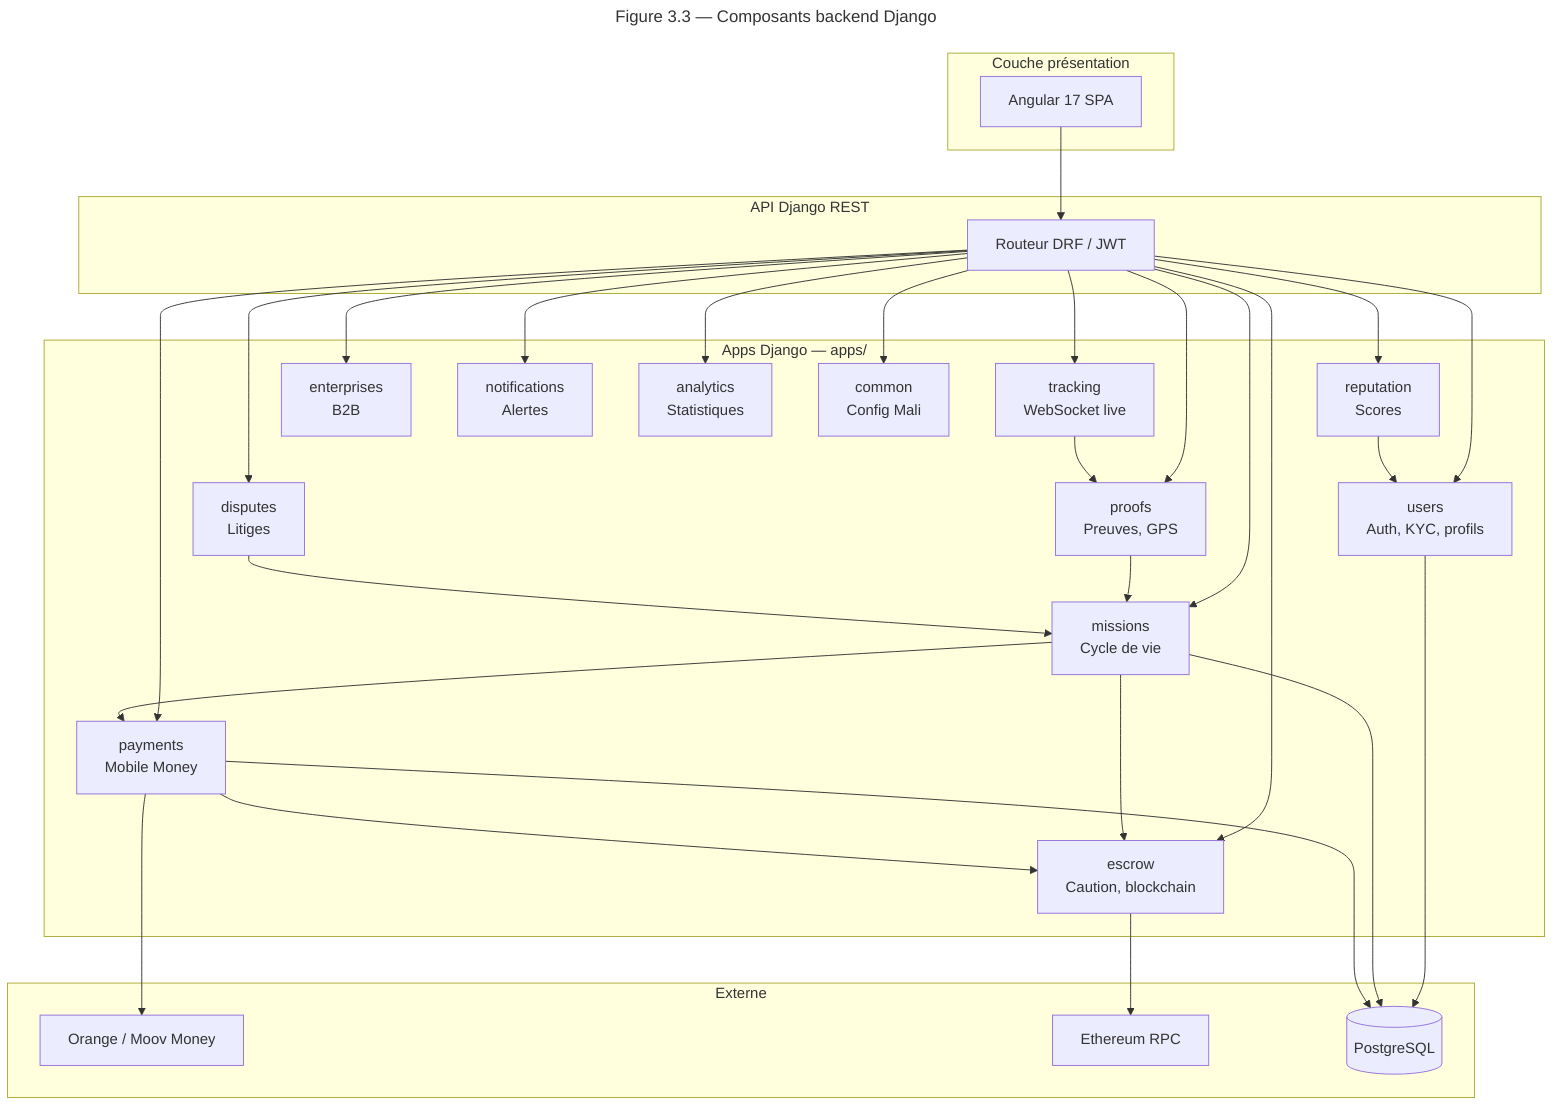
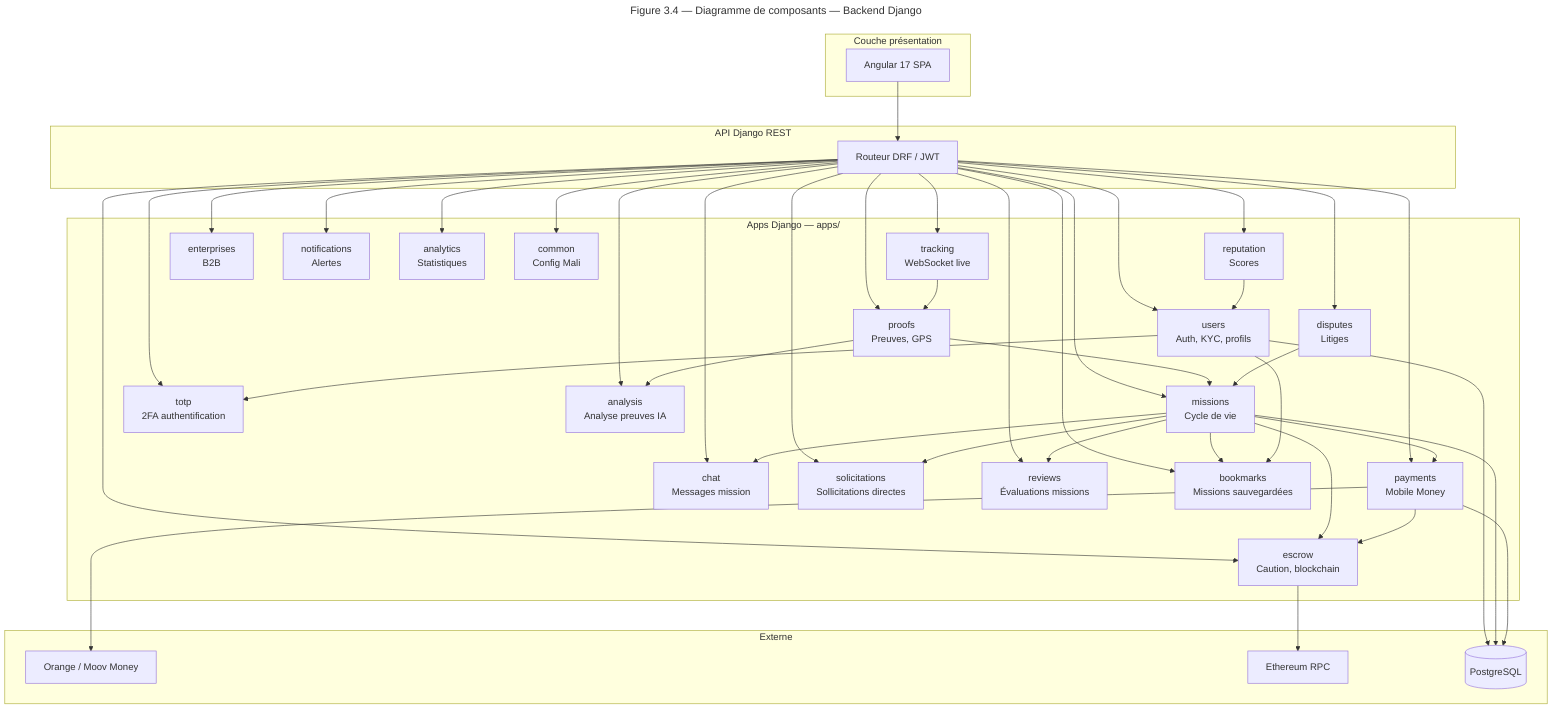
---
- title: Figure 3.3 — Composants backend Django
+ title: Figure 3.4 — Diagramme de composants — Backend Django
---
flowchart TB
    subgraph Frontend["Couche présentation"]
        SPA["Angular 17 SPA"]
    end

    subgraph API["API Django REST"]
        GW["Routeur DRF / JWT"]
    end

    subgraph Apps["Apps Django — apps/"]
        users["users<br/>Auth, KYC, profils"]
        missions["missions<br/>Cycle de vie"]
        payments["payments<br/>Mobile Money"]
        escrow["escrow<br/>Caution, blockchain"]
        proofs["proofs<br/>Preuves, GPS"]
        tracking["tracking<br/>WebSocket live"]
        disputes["disputes<br/>Litiges"]
        reputation["reputation<br/>Scores"]
        enterprises["enterprises<br/>B2B"]
        notifications["notifications<br/>Alertes"]
        analytics["analytics<br/>Statistiques"]
        common["common<br/>Config Mali"]
+         chat["chat<br/>Messages mission"]
+         totp["totp<br/>2FA authentification"]
+         analysis["analysis<br/>Analyse preuves IA"]
+         solicitations["solicitations<br/>Sollicitations directes"]
+         reviews["reviews<br/>Évaluations missions"]
+         bookmarks["bookmarks<br/>Missions sauvegardées"]
    end

    subgraph External["Externe"]
        MM["Orange / Moov Money"]
        ETH["Ethereum RPC"]
        PG[("PostgreSQL")]
    end

    SPA --> GW
    GW --> users & missions & payments & escrow & proofs & tracking
    GW --> disputes & reputation & enterprises & notifications & analytics & common
+     GW --> chat & totp & analysis & solicitations & reviews & bookmarks

    missions --> payments
    missions --> escrow
    payments --> escrow
    proofs --> missions
    tracking --> proofs
    disputes --> missions
    reputation --> users
    escrow --> ETH
    payments --> MM
    users & missions & payments --> PG
+     missions --> chat
+     proofs --> analysis
+     users --> totp
+     missions --> solicitations
+     missions --> reviews
+     missions --> bookmarks
+     users --> bookmarks
